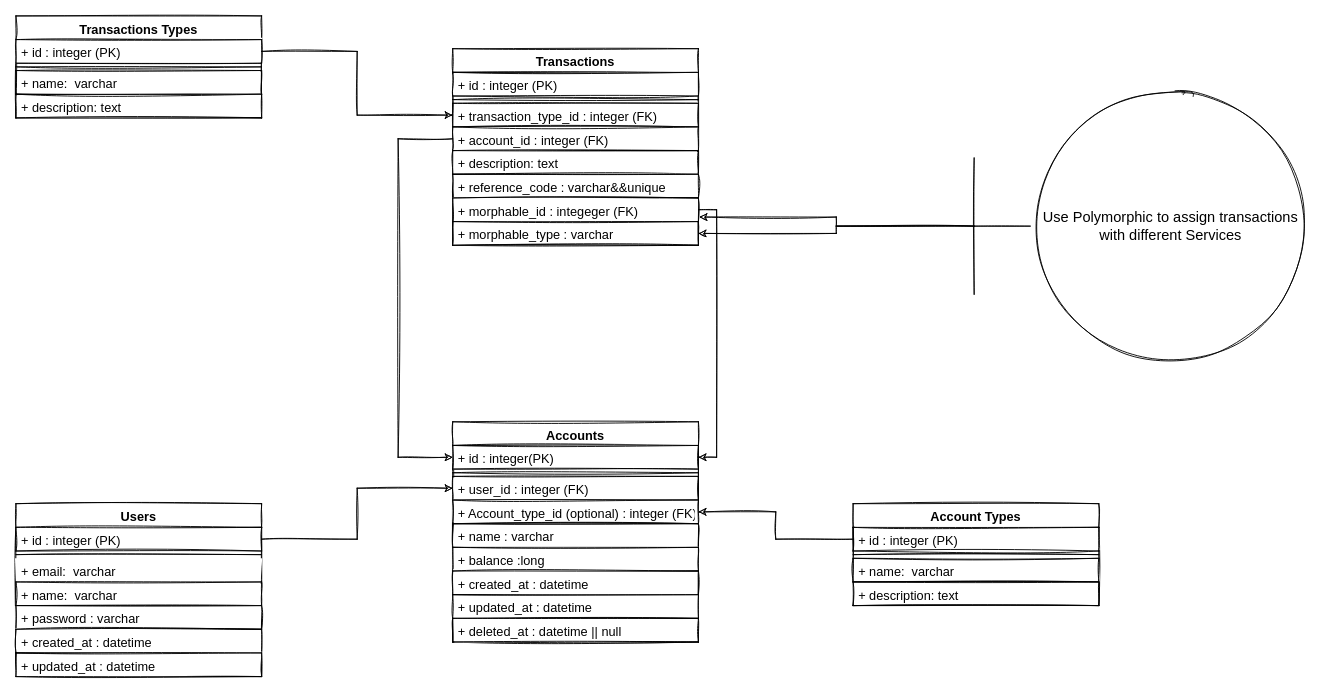
The draw.io diagram database/diagram/Untitled Diagram.drawio in AmirBesharati/bank-simulator-api, before the edit. Source tidied: cells renumbered, new cells numbered last; positions are measured from the earlier drawing's top-left corner, leaving out a move shared by most shapes. Both pictures are drawn from the tidied source at 91%, with x=0, y=0 at pixel (15, 15).
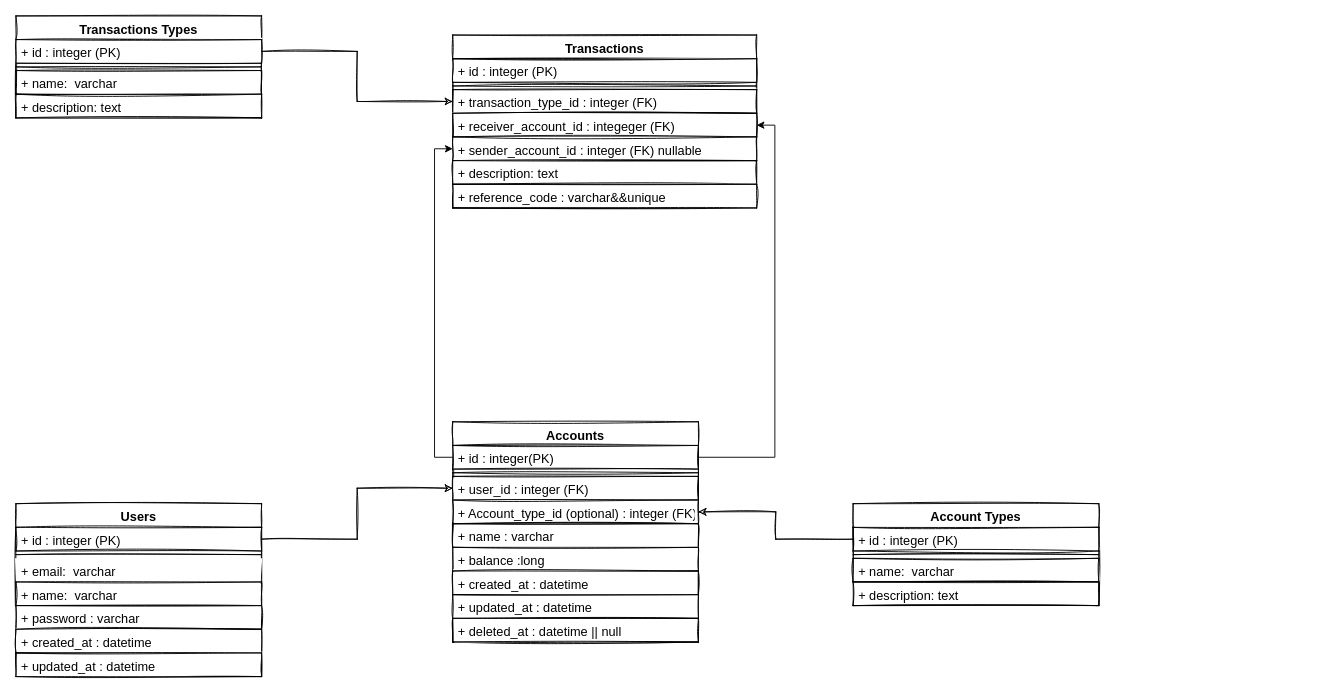
The same diagram, later.

The change refers to these unchanged cells:
```xml
<mxCell id="3" value="+ id : integer(PK)&#10;" style="text;strokeColor=default;fillColor=default;align=left;verticalAlign=top;spacingLeft=4;spacingRight=4;overflow=hidden;points=[[0,0.5],[1,0.5]];portConstraint=eastwest;sketch=1;fontSize=14;rounded=0;" parent="2" vertex="1">
  <mxGeometry y="26" width="270" height="26" as="geometry" />
</mxCell>
```

Diff of the diagram source:
```diff
@@
     <mxCell id="32" value="Transactions" style="swimlane;fontStyle=1;align=center;verticalAlign=top;horizontal=1;startSize=26;sketch=1;fontSize=14;fillColor=default;gradientColor=none;rounded=0;" parent="1" vertex="1">
-      <mxGeometry x="480" y="36" width="270" height="216" as="geometry" />
+      <mxGeometry x="480" y="21" width="334" height="190" as="geometry" />
     </mxCell>
     <mxCell id="33" value="+ id : integer (PK)" style="text;strokeColor=default;fillColor=default;align=left;verticalAlign=top;spacingLeft=4;spacingRight=4;overflow=hidden;sketch=1;fontSize=14;rounded=0;" parent="32" vertex="1">
-      <mxGeometry y="26" width="270" height="26" as="geometry" />
+      <mxGeometry y="26" width="334" height="26" as="geometry" />
     </mxCell>
     <mxCell id="34" style="line;strokeWidth=1;fillColor=default;align=left;verticalAlign=middle;spacingTop=-1;spacingLeft=3;spacingRight=3;labelPosition=right;sketch=1;fontSize=14;rounded=0;" parent="32" vertex="1">
-      <mxGeometry y="52" width="270" height="8" as="geometry" />
+      <mxGeometry y="52" width="334" height="8" as="geometry" />
     </mxCell>
     <mxCell id="35" value="+ transaction_type_id : integer (FK)" style="text;strokeColor=default;fillColor=default;align=left;verticalAlign=top;spacingLeft=4;spacingRight=4;overflow=hidden;points=[[0,0.5],[1,0.5]];portConstraint=eastwest;sketch=1;fontSize=14;rounded=0;" parent="32" vertex="1">
-      <mxGeometry y="60" width="270" height="26" as="geometry" />
+      <mxGeometry y="60" width="334" height="26" as="geometry" />
     </mxCell>
+    <mxCell id="39" value="+ receiver_account_id : integeger (FK)" style="text;strokeColor=default;fillColor=default;align=left;verticalAlign=top;spacingLeft=4;spacingRight=4;overflow=hidden;points=[[0,0.5],[1,0.5]];portConstraint=eastwest;sketch=1;fontSize=14;rounded=0;" parent="32" vertex="1">
+      <mxGeometry y="86" width="334" height="26" as="geometry" />
+    </mxCell>
-    <mxCell id="36" value="+ account_id : integer (FK)" style="text;strokeColor=default;fillColor=default;align=left;verticalAlign=top;spacingLeft=4;spacingRight=4;overflow=hidden;points=[[0,0.5],[1,0.5]];portConstraint=eastwest;sketch=1;fontSize=14;rounded=0;" parent="32" vertex="1">
-      <mxGeometry y="86" width="270" height="26" as="geometry" />
+    <mxCell id="36" value="+ sender_account_id : integer (FK) nullable&#10;" style="text;strokeColor=default;fillColor=default;align=left;verticalAlign=top;spacingLeft=4;spacingRight=4;overflow=hidden;points=[[0,0.5],[1,0.5]];portConstraint=eastwest;sketch=1;fontSize=14;rounded=0;" parent="32" vertex="1">
+      <mxGeometry y="112" width="334" height="26" as="geometry" />
     </mxCell>
     <mxCell id="37" value="+ description: text" style="text;strokeColor=default;fillColor=default;align=left;verticalAlign=top;spacingLeft=4;spacingRight=4;overflow=hidden;sketch=1;fontSize=14;rounded=0;" parent="32" vertex="1">
-      <mxGeometry y="112" width="270" height="26" as="geometry" />
+      <mxGeometry y="138" width="334" height="26" as="geometry" />
     </mxCell>
     <mxCell id="38" value="+ reference_code : varchar&amp;&amp;unique" style="text;strokeColor=default;fillColor=default;align=left;verticalAlign=top;spacingLeft=4;spacingRight=4;overflow=hidden;sketch=1;fontSize=14;rounded=0;" parent="32" vertex="1">
-      <mxGeometry y="138" width="270" height="26" as="geometry" />
+      <mxGeometry y="164" width="334" height="26" as="geometry" />
     </mxCell>
-    <mxCell id="39" value="+ morphable_id : integeger (FK)" style="text;strokeColor=default;fillColor=default;align=left;verticalAlign=top;spacingLeft=4;spacingRight=4;overflow=hidden;points=[[0,0.5],[1,0.5]];portConstraint=eastwest;sketch=1;fontSize=14;rounded=0;" parent="32" vertex="1">
-      <mxGeometry y="164" width="270" height="26" as="geometry" />
-    </mxCell>
-    <mxCell id="40" value="+ morphable_type : varchar" style="text;strokeColor=default;fillColor=default;align=left;verticalAlign=top;spacingLeft=4;spacingRight=4;overflow=hidden;points=[[0,0.5],[1,0.5]];portConstraint=eastwest;sketch=1;fontSize=14;rounded=0;" parent="32" vertex="1">
-      <mxGeometry y="190" width="270" height="26" as="geometry" />
-    </mxCell>
-    <mxCell id="41" style="edgeStyle=orthogonalEdgeStyle;rounded=0;jettySize=auto;html=1;sketch=1;fontSize=14;" parent="1" edge="1" source="36" target="3">
-      <mxGeometry relative="1" as="geometry">
-        <Array as="points">
-          <mxPoint x="420" y="135" />
-          <mxPoint x="420" y="485" />
-        </Array>
-      </mxGeometry>
-    </mxCell>
-    <mxCell id="42" style="edgeStyle=orthogonalEdgeStyle;rounded=0;jettySize=auto;html=1;entryX=1;entryY=0.5;entryDx=0;entryDy=0;sketch=1;fontSize=14;" parent="1" edge="1" source="39" target="3">
-      <mxGeometry relative="1" as="geometry">
-        <Array as="points">
-          <mxPoint x="770" y="213" />
-          <mxPoint x="770" y="485" />
-        </Array>
-      </mxGeometry>
-    </mxCell>
@@
-    <mxCell id="44" style="edgeStyle=orthogonalEdgeStyle;rounded=0;jettySize=auto;html=1;entryX=1.004;entryY=-0.192;entryDx=0;entryDy=0;entryPerimeter=0;sketch=1;fontSize=14;" parent="1" edge="1" source="46" target="40">
-      <mxGeometry relative="1" as="geometry" />
-    </mxCell>
-    <mxCell id="45" style="edgeStyle=orthogonalEdgeStyle;rounded=0;jettySize=auto;html=1;sketch=1;fontSize=14;" parent="1" edge="1" source="46" target="40">
-      <mxGeometry relative="1" as="geometry" />
-    </mxCell>
-    <mxCell id="46" value="&lt;font style=&quot;font-size: 16px;&quot;&gt;Use Polymorphic to assign transactions &lt;br style=&quot;&quot;&gt;with different Services&lt;br&gt;&lt;/font&gt;" style="shape=umlBoundary;whiteSpace=wrap;html=1;strokeColor=default;fillColor=default;perimeter=ellipsePerimeter;shadow=0;sketch=1;fontSize=14;rounded=0;" parent="1" vertex="1">
-      <mxGeometry x="1053" y="81" width="370" height="300" as="geometry" />
-    </mxCell>
+    <mxCell id="47" style="edgeStyle=orthogonalEdgeStyle;rounded=0;jettySize=auto;html=1;exitX=1;exitY=0.5;exitDx=0;exitDy=0;entryX=1;entryY=0.5;entryDx=0;entryDy=0;" parent="1" edge="1" source="3" target="39">
+      <mxGeometry relative="1" as="geometry" />
+    </mxCell>
+    <mxCell id="48" style="edgeStyle=orthogonalEdgeStyle;rounded=0;jettySize=auto;html=1;exitX=0;exitY=0.5;exitDx=0;exitDy=0;entryX=0;entryY=0.5;entryDx=0;entryDy=0;" parent="1" edge="1" source="3" target="36">
+      <mxGeometry relative="1" as="geometry" />
+    </mxCell>
```
